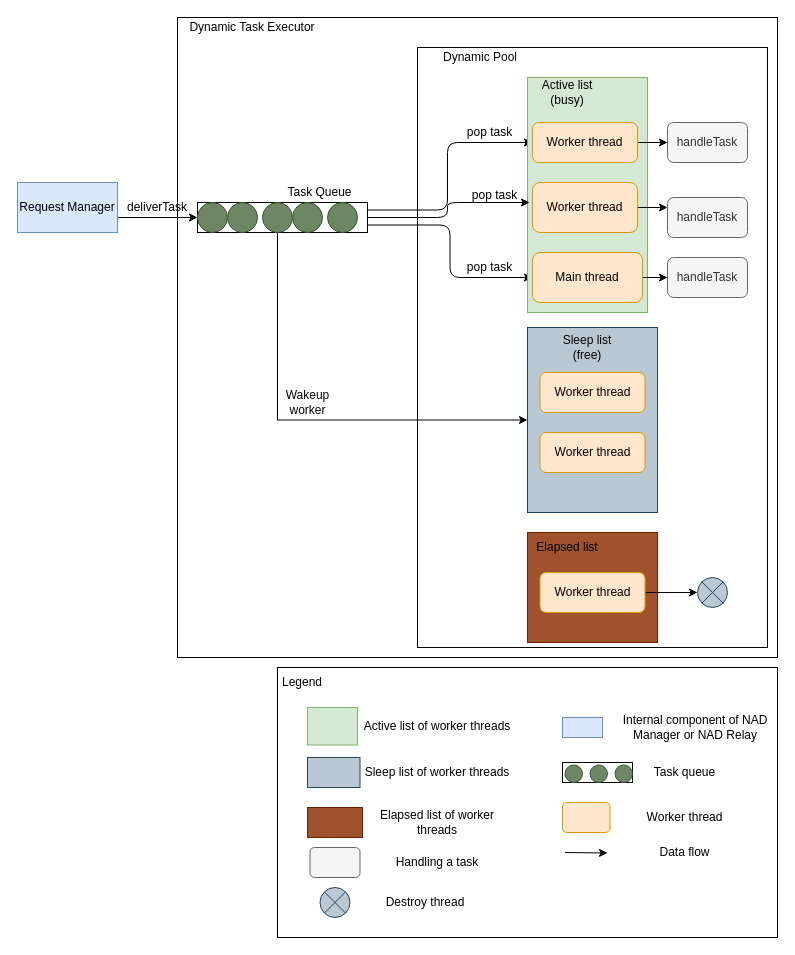
Before: page "dynamic_pool" (7 of 14) of doc/SA cert/Design/performance.drawio in taikt/codefun, a draw.io diagram. Source tidied: cells renumbered, new cells numbered last; positions are measured from the earlier drawing's top-left corner, leaving out a move shared by most shapes. Both pictures are drawn from the tidied source at 100%, with x=0, y=0 at pixel (17, 17).
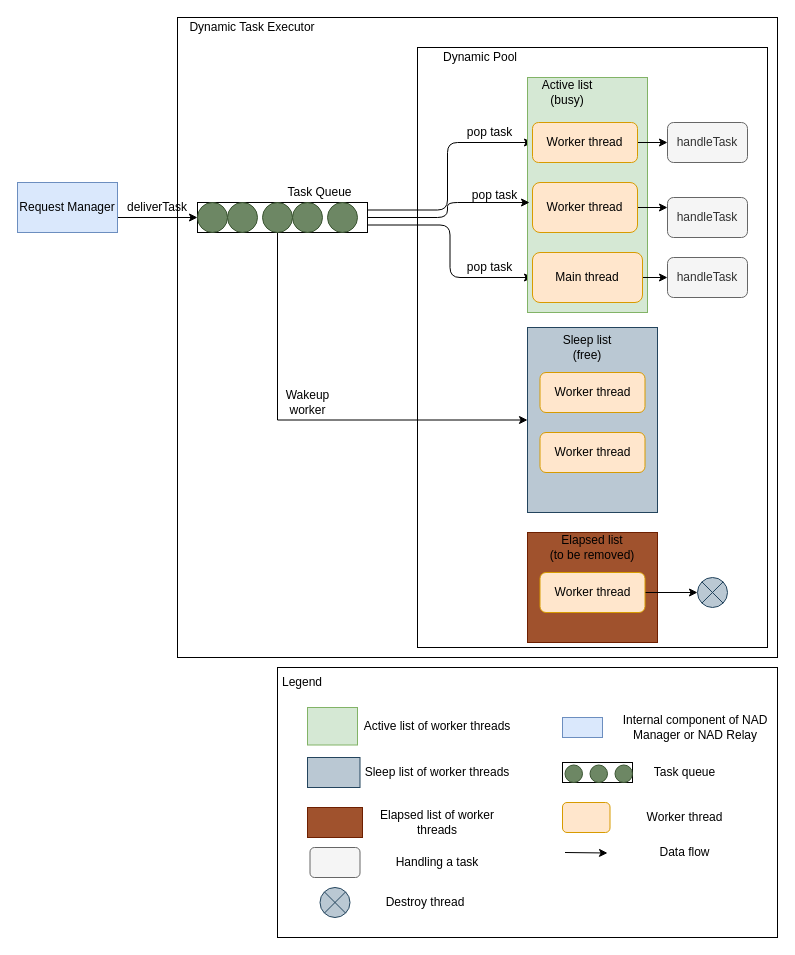
After the change.

What changed in the source:
```diff
@@
-    <mxCell id="30" value="Elapsed list" style="text;html=1;strokeColor=none;fillColor=none;align=center;verticalAlign=middle;whiteSpace=wrap;rounded=0;" parent="1" vertex="1">
-      <mxGeometry x="490" y="515" width="120" height="30" as="geometry" />
+    <mxCell id="30" value="Elapsed list&lt;br&gt;(to be removed)" style="text;html=1;strokeColor=none;fillColor=none;align=center;verticalAlign=middle;whiteSpace=wrap;rounded=0;" parent="1" vertex="1">
+      <mxGeometry x="515" y="515" width="120" height="30" as="geometry" />
     </mxCell>
```
